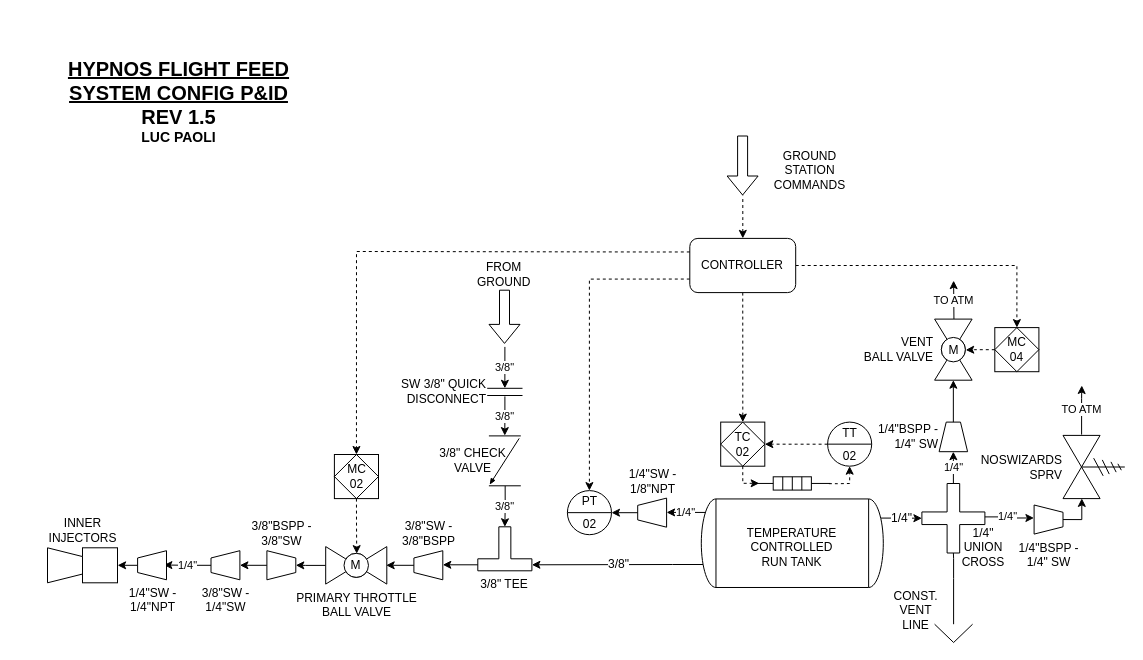
The draw.io diagram page "Flight feed system" (3 of 4) of All_P_IDs.drawio in icl-rocketry/Propulsion-PIDs, before the edit. Source tidied: cells renumbered, new cells numbered last; positions are measured from the earlier drawing's top-left corner, leaving out a move shared by most shapes. Both pictures are drawn from the tidied source at 100%, with x=0, y=0 at pixel (47, 57).
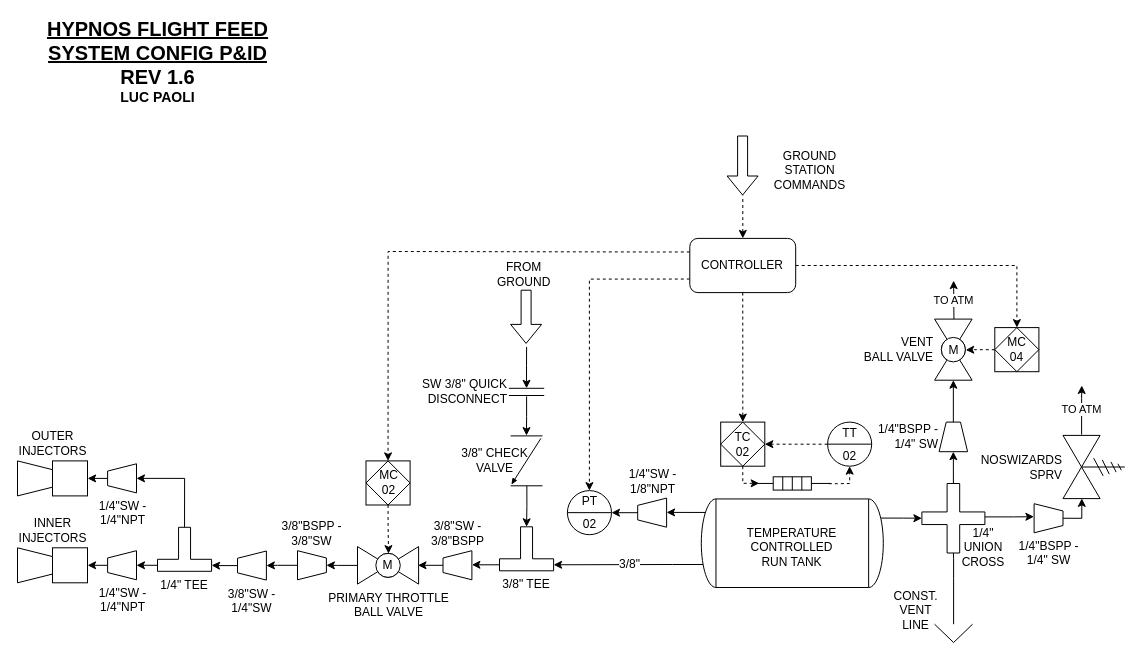
The same diagram, later.

The change refers to these unchanged cells:
```xml
<mxCell id="5" style="shape=mxgraph.pid.vessels.vessel_(dished_ends,_electrical_heating);align=center;verticalLabelPosition=middle;verticalAlign=middle;dashed=0;fontColor=#000000;strokeColor=#000000;strokeWidth=1;fillColor=default;labelPosition=center;horizontal=1;html=1;direction=north;flipV=0;" parent="1" vertex="1">
  <mxGeometry x="653.8" y="419.3" width="182" height="110.7" as="geometry" />
</mxCell>
<mxCell id="8" value="1/4&quot;BSPP -&lt;br&gt;1/4&quot; SW" style="verticalLabelPosition=middle;align=right;dashed=0;html=1;verticalAlign=middle;shape=mxgraph.pid.piping.concentric_reducer;direction=north;fontFamily=Helvetica;horizontal=1;labelPosition=left;" parent="1" vertex="1">
  <mxGeometry x="891.6" y="364.6" width="28.5" height="29.6" as="geometry" />
</mxCell>
<mxCell id="24" value="1/4&quot;SW -&lt;br&gt;1/8&quot;NPT" style="verticalLabelPosition=top;align=center;dashed=0;html=1;verticalAlign=bottom;shape=mxgraph.pid.piping.concentric_reducer;direction=west;fontFamily=Helvetica;horizontal=1;labelPosition=center;" parent="1" vertex="1">
  <mxGeometry x="590.2" y="440.6" width="28.9" height="29.1" as="geometry" />
</mxCell>
<mxCell id="57" style="shape=cross;whiteSpace=wrap;html=1;labelPosition=left;verticalLabelPosition=bottom;align=right;verticalAlign=top;horizontal=1;" parent="1" vertex="1">
  <mxGeometry x="874.4" y="426" width="63" height="69.5" as="geometry" />
</mxCell>
```

What changed in the source:
```diff
@@
-    <mxCell id="2" value="&lt;b&gt;&lt;font&gt;&lt;u style=&quot;font-size: 20px&quot;&gt;HYPNOS FLIGHT FEED SYSTEM CONFIG P&amp;amp;ID&lt;/u&gt;&lt;br&gt;&lt;span style=&quot;font-size: 20px&quot;&gt;REV 1.5&lt;/span&gt;&lt;br&gt;&lt;font style=&quot;font-size: 14px&quot;&gt;LUC PAOLI&lt;/font&gt;&lt;br&gt;&lt;/font&gt;&lt;/b&gt;" style="text;html=1;strokeColor=none;fillColor=none;align=center;verticalAlign=middle;whiteSpace=wrap;rounded=0;fontFamily=Helvetica;" parent="1" vertex="1">
-      <mxGeometry width="262.6" height="88" as="geometry" />
+    <mxCell id="2" value="&lt;b&gt;&lt;font&gt;&lt;u style=&quot;font-size: 20px&quot;&gt;HYPNOS FLIGHT FEED SYSTEM CONFIG P&amp;amp;ID&lt;/u&gt;&lt;br&gt;&lt;span style=&quot;font-size: 20px&quot;&gt;REV 1.6&lt;/span&gt;&lt;br&gt;&lt;font style=&quot;font-size: 14px&quot;&gt;LUC PAOLI&lt;/font&gt;&lt;br&gt;&lt;/font&gt;&lt;/b&gt;" style="text;html=1;strokeColor=none;fillColor=none;align=center;verticalAlign=middle;whiteSpace=wrap;rounded=0;fontFamily=Helvetica;" parent="1" vertex="1">
+      <mxGeometry x="-21" y="-40" width="262.6" height="88" as="geometry" />
     </mxCell>
@@
-    <mxCell id="4" value="1/4&quot;" style="edgeStyle=orthogonalEdgeStyle;rounded=0;jettySize=auto;html=1;entryX=0;entryY=0.5;entryDx=0;entryDy=0;entryPerimeter=0;fontSize=12;startArrow=none;startFill=0;endArrow=classic;endFill=1;exitX=0.627;exitY=0.986;exitDx=0;exitDy=0;exitPerimeter=0;" parent="1" edge="1" source="5" target="57">
+    <mxCell id="4" style="edgeStyle=orthogonalEdgeStyle;rounded=0;jettySize=auto;html=1;entryX=0;entryY=0.5;entryDx=0;entryDy=0;entryPerimeter=0;fontSize=12;startArrow=none;startFill=0;endArrow=classic;endFill=1;exitX=0.627;exitY=0.986;exitDx=0;exitDy=0;exitPerimeter=0;" parent="1" edge="1" source="5" target="57">
       <mxGeometry relative="1" as="geometry" />
     </mxCell>
@@
-    <mxCell id="6" value="1/4&quot;" style="edgeStyle=orthogonalEdgeStyle;rounded=0;jettySize=auto;html=1;fontColor=#000000;entryX=0;entryY=0.5;entryDx=0;entryDy=0;entryPerimeter=0;exitX=0.678;exitY=0.023;exitDx=0;exitDy=0;exitPerimeter=0;" parent="1" edge="1" source="5" target="24">
+    <mxCell id="6" style="edgeStyle=orthogonalEdgeStyle;rounded=0;jettySize=auto;html=1;fontColor=#000000;entryX=0;entryY=0.5;entryDx=0;entryDy=0;entryPerimeter=0;exitX=0.678;exitY=0.023;exitDx=0;exitDy=0;exitPerimeter=0;" parent="1" edge="1" source="5" target="24">
       <mxGeometry relative="1" as="geometry" />
     </mxCell>
@@
-    <mxCell id="9" value="1/4&quot;" style="edgeStyle=orthogonalEdgeStyle;rounded=0;jettySize=auto;html=1;entryX=0;entryY=0.5;entryDx=0;entryDy=0;entryPerimeter=0;fontColor=#000000;exitX=0.5;exitY=0;exitDx=0;exitDy=0;exitPerimeter=0;" parent="1" edge="1" source="57" target="8">
+    <mxCell id="9" style="edgeStyle=orthogonalEdgeStyle;rounded=0;jettySize=auto;html=1;entryX=0;entryY=0.5;entryDx=0;entryDy=0;entryPerimeter=0;fontColor=#000000;exitX=0.5;exitY=0;exitDx=0;exitDy=0;exitPerimeter=0;" parent="1" edge="1" source="57" target="8">
       <mxGeometry relative="1" as="geometry" />
     </mxCell>
@@
     <mxCell id="11" value="1/4&quot;BSPP -&lt;br&gt;1/4&quot; SW" style="verticalLabelPosition=bottom;align=center;dashed=0;html=1;verticalAlign=top;shape=mxgraph.pid.piping.concentric_reducer;direction=east;fontFamily=Helvetica;horizontal=1;labelPosition=center;" parent="1" vertex="1">
-      <mxGeometry x="986.6" y="447.5" width="28.9" height="29.1" as="geometry" />
+      <mxGeometry x="986.6" y="446.2" width="28.9" height="29.1" as="geometry" />
     </mxCell>
-    <mxCell id="12" value="1/4&quot;" style="edgeStyle=orthogonalEdgeStyle;rounded=0;jettySize=auto;html=1;entryX=-0.006;entryY=0.446;entryDx=0;entryDy=0;entryPerimeter=0;fontColor=#000000;exitX=0;exitY=0;exitDx=0;exitDy=6;exitPerimeter=0;" parent="1" edge="1" target="11">
+    <mxCell id="12" style="edgeStyle=orthogonalEdgeStyle;rounded=0;jettySize=auto;html=1;entryX=-0.006;entryY=0.446;entryDx=0;entryDy=0;entryPerimeter=0;fontColor=#000000;exitX=0;exitY=0;exitDx=0;exitDy=6;exitPerimeter=0;" parent="1" edge="1" target="11">
       <mxGeometry relative="1" as="geometry">
         <mxPoint x="932.9" y="459.4" as="sourcePoint" />
         <Array as="points">
           <mxPoint x="966.1" y="460.3" />
         </Array>
       </mxGeometry>
     </mxCell>
@@
     <mxCell id="27" value="3/8&quot; TEE" style="shape=tee;whiteSpace=wrap;html=1;rotation=0;dx=12;dy=12;fontFamily=Helvetica;direction=west;flipV=0;verticalAlign=top;labelPosition=center;verticalLabelPosition=bottom;align=center;" parent="1" vertex="1">
-      <mxGeometry x="430.3" y="469.3" width="54.1" height="44" as="geometry" />
+      <mxGeometry x="452" y="469.3" width="54.1" height="44" as="geometry" />
     </mxCell>
     <mxCell id="28" value="SW 3/8&quot; QUICK&lt;br&gt;DISCONNECT" style="verticalLabelPosition=middle;align=right;dashed=0;html=1;verticalAlign=middle;shape=mxgraph.pid.piping.double_flange;direction=south;labelPosition=left;horizontal=1;" parent="1" vertex="1">
-      <mxGeometry x="439.7" y="329.9" width="35.3" height="9" as="geometry" />
+      <mxGeometry x="461.4" y="329.9" width="35.3" height="9" as="geometry" />
     </mxCell>
-    <mxCell id="29" value="3/8&quot;" style="edgeStyle=orthogonalEdgeStyle;rounded=0;jettySize=auto;html=1;entryX=0.5;entryY=1;entryDx=0;entryDy=0;entryPerimeter=0;fontColor=#000000;exitX=1.003;exitY=0.49;exitDx=0;exitDy=0;exitPerimeter=0;" parent="1" edge="1" source="30" target="27">
+    <mxCell id="29" style="edgeStyle=orthogonalEdgeStyle;rounded=0;jettySize=auto;html=1;entryX=0.5;entryY=1;entryDx=0;entryDy=0;entryPerimeter=0;fontColor=#000000;exitX=1.003;exitY=0.49;exitDx=0;exitDy=0;exitPerimeter=0;" parent="1" edge="1" source="30" target="27">
       <mxGeometry relative="1" as="geometry" />
     </mxCell>
     <mxCell id="30" value="3/8&quot; CHECK&lt;br&gt;VALVE" style="verticalLabelPosition=top;align=center;html=1;verticalAlign=middle;dashed=0;shape=mxgraph.pid2valves.valve;valveType=check;rotation=90;labelPosition=center;horizontal=0;direction=east;flipV=0;" parent="1" vertex="1">
-      <mxGeometry x="432.4" y="387.4" width="49.9" height="31.9" as="geometry" />
+      <mxGeometry x="454.1" y="387.4" width="49.9" height="31.9" as="geometry" />
     </mxCell>
-    <mxCell id="31" value="3/8&quot;" style="edgeStyle=orthogonalEdgeStyle;rounded=0;jettySize=auto;html=1;entryX=-0.006;entryY=0.502;entryDx=0;entryDy=0;entryPerimeter=0;fontColor=#000000;" parent="1" edge="1" source="28" target="30">
+    <mxCell id="31" style="edgeStyle=orthogonalEdgeStyle;rounded=0;jettySize=auto;html=1;entryX=-0.006;entryY=0.502;entryDx=0;entryDy=0;entryPerimeter=0;fontColor=#000000;" parent="1" edge="1" source="28" target="30">
       <mxGeometry relative="1" as="geometry" />
     </mxCell>
     <mxCell id="32" style="shape=flexArrow;endArrow=classic;html=1;rounded=0;fontColor=#000000;" parent="1" edge="1">
       <mxGeometry relative="1" as="geometry">
-        <mxPoint x="457" y="232.2" as="sourcePoint" />
-        <mxPoint x="457" y="286.4" as="targetPoint" />
+        <mxPoint x="478.6" y="232.2" as="sourcePoint" />
+        <mxPoint x="478.6" y="286.4" as="targetPoint" />
       </mxGeometry>
     </mxCell>
-    <mxCell id="33" value="3/8&quot;" style="endArrow=classic;html=1;rounded=0;fontColor=#000000;entryX=0.1;entryY=0.5;entryDx=0;entryDy=0;entryPerimeter=0;" parent="1" edge="1" target="28">
+    <mxCell id="33" style="endArrow=classic;html=1;rounded=0;fontColor=#000000;entryX=0.1;entryY=0.5;entryDx=0;entryDy=0;entryPerimeter=0;" parent="1" edge="1" target="28">
       <mxGeometry relative="1" as="geometry">
-        <mxPoint x="457.4" y="289.4" as="sourcePoint" />
+        <mxPoint x="479.1" y="289.4" as="sourcePoint" />
+        <Array as="points">
+          <mxPoint x="479" y="308" />
+        </Array>
       </mxGeometry>
     </mxCell>
     <mxCell id="34" value="&lt;div style=&quot;text-align: center&quot;&gt;&lt;span&gt;FROM&lt;/span&gt;&lt;/div&gt;&lt;div style=&quot;text-align: center&quot;&gt;&lt;span&gt;GROUND&lt;/span&gt;&lt;/div&gt;" style="text;strokeColor=none;fillColor=none;align=left;verticalAlign=middle;spacingLeft=4;spacingRight=4;overflow=hidden;fontColor=#000000;html=1;" parent="1" vertex="1">
-      <mxGeometry x="424.4" y="198" width="69.5" height="37.1" as="geometry" />
+      <mxGeometry x="444.3" y="198" width="69.5" height="37.1" as="geometry" />
     </mxCell>
     <mxCell id="35" value="3/8&quot;SW -&lt;br&gt;3/8&quot;BSPP" style="verticalLabelPosition=top;align=center;dashed=0;html=1;verticalAlign=bottom;shape=mxgraph.pid.piping.concentric_reducer;direction=west;fontFamily=Helvetica;horizontal=1;labelPosition=center;" parent="1" vertex="1">
-      <mxGeometry x="366.4" y="493.2" width="28.9" height="29.1" as="geometry" />
+      <mxGeometry x="395.5" y="493.2" width="28.9" height="29.1" as="geometry" />
     </mxCell>
@@
     <mxCell id="37" value="3/8&quot;BSPP -&lt;br&gt;3/8&quot;SW" style="verticalLabelPosition=top;align=center;dashed=0;html=1;verticalAlign=bottom;shape=mxgraph.pid.piping.concentric_reducer;direction=east;fontFamily=Helvetica;horizontal=1;labelPosition=center;" parent="1" vertex="1">
-      <mxGeometry x="219.4" y="493.2" width="28.9" height="29.1" as="geometry" />
+      <mxGeometry x="250" y="493.2" width="28.9" height="29.1" as="geometry" />
     </mxCell>
@@
     <mxCell id="39" value="3/8&quot;SW -&lt;br&gt;1/4&quot;SW" style="verticalLabelPosition=bottom;align=center;dashed=0;html=1;verticalAlign=top;shape=mxgraph.pid.piping.concentric_reducer;direction=west;fontFamily=Helvetica;horizontal=1;labelPosition=center;" parent="1" vertex="1">
-      <mxGeometry x="163.5" y="493.2" width="28.9" height="29.1" as="geometry" />
+      <mxGeometry x="190" y="493.5" width="28.9" height="29.1" as="geometry" />
     </mxCell>
@@
-    <mxCell id="41" value="1/4&quot;" style="edgeStyle=orthogonalEdgeStyle;rounded=0;jettySize=auto;html=1;entryX=0.091;entryY=0.508;entryDx=0;entryDy=0;entryPerimeter=0;fontColor=#000000;" parent="1" edge="1" source="39" target="45">
+    <mxCell id="41" style="edgeStyle=orthogonalEdgeStyle;rounded=0;jettySize=auto;html=1;entryX=0;entryY=0;entryDx=0;entryDy=6;entryPerimeter=0;fontColor=#000000;" parent="1" edge="1" source="39" target="67">
       <mxGeometry relative="1" as="geometry" />
     </mxCell>
@@
     <mxCell id="43" value="INNER&lt;br&gt;INJECTORS" style="shape=mxgraph.pid.pumps.injector;html=1;align=center;verticalLabelPosition=top;verticalAlign=bottom;dashed=0;direction=west;fontFamily=Helvetica;labelPosition=center;" parent="1" vertex="1">
-      <mxGeometry y="490.3" width="70" height="35" as="geometry" />
+      <mxGeometry x="-30" y="490.3" width="70" height="35" as="geometry" />
     </mxCell>
@@
     <mxCell id="45" value="1/4&quot;SW -&lt;br&gt;1/4&quot;NPT" style="verticalLabelPosition=bottom;align=center;dashed=0;html=1;verticalAlign=top;shape=mxgraph.pid.piping.concentric_reducer;direction=west;fontFamily=Helvetica;horizontal=1;labelPosition=center;" parent="1" vertex="1">
-      <mxGeometry x="90.1" y="493.2" width="28.9" height="29.1" as="geometry" />
+      <mxGeometry x="60.1" y="493.2" width="28.9" height="29.1" as="geometry" />
     </mxCell>
     <mxCell id="46" value="MC&lt;br&gt;02&lt;br&gt; " style="html=1;outlineConnect=0;align=center;dashed=0;shape=mxgraph.pid2inst.progLogCont;mounting=field;fontColor=#000000;strokeColor=#000000;strokeWidth=1;fillColor=default;" parent="1" vertex="1">
-      <mxGeometry x="286.9" y="397" width="44.1" height="44.1" as="geometry" />
+      <mxGeometry x="318.5" y="403.4" width="44.1" height="44.1" as="geometry" />
     </mxCell>
-    <mxCell id="47" value="PRIMARY THROTTLE&lt;br&gt;BALL VALVE" style="verticalLabelPosition=bottom;align=center;html=1;verticalAlign=top;dashed=0;shape=mxgraph.pid2valves.valve;valveType=ball;direction=west;fontFamily=Helvetica;horizontal=1;labelPosition=center;" parent="1" vertex="1">
-      <mxGeometry x="278.2" y="489.1" width="61.1" height="37.5" as="geometry" />
-    </mxCell>
-    <mxCell id="48" value="M" style="text;html=1;strokeColor=none;fillColor=none;align=center;verticalAlign=middle;whiteSpace=wrap;rounded=0;fontColor=#000000;" parent="1" vertex="1">
-      <mxGeometry x="303.4" y="503.7" width="10.7" height="8.2" as="geometry" />
-    </mxCell>
@@
+    <mxCell id="64" value="OUTER&lt;br&gt;INJECTORS" style="shape=mxgraph.pid.pumps.injector;html=1;align=center;verticalLabelPosition=top;verticalAlign=bottom;dashed=0;direction=west;fontFamily=Helvetica;labelPosition=center;" parent="1" vertex="1">
+      <mxGeometry x="-30" y="403.4" width="70" height="35" as="geometry" />
+    </mxCell>
+    <mxCell id="65" style="edgeStyle=orthogonalEdgeStyle;rounded=0;jettySize=auto;html=1;entryX=0;entryY=0.5;entryDx=0;entryDy=0;entryPerimeter=0;exitX=0;exitY=0;exitDx=54.12218456971357;exitDy=6;exitPerimeter=0;" parent="1" edge="1" source="67" target="45">
+      <mxGeometry relative="1" as="geometry" />
+    </mxCell>
+    <mxCell id="66" style="edgeStyle=orthogonalEdgeStyle;rounded=0;jettySize=auto;html=1;entryX=0;entryY=0.5;entryDx=0;entryDy=0;entryPerimeter=0;exitX=0.5;exitY=1;exitDx=0;exitDy=0;exitPerimeter=0;" parent="1" edge="1" source="67" target="70">
+      <mxGeometry relative="1" as="geometry">
+        <Array as="points">
+          <mxPoint x="137" y="421" />
+        </Array>
+      </mxGeometry>
+    </mxCell>
+    <mxCell id="67" value="1/4&quot; TEE" style="shape=tee;whiteSpace=wrap;html=1;rotation=0;dx=12;dy=12;fontFamily=Helvetica;direction=west;flipV=0;verticalAlign=top;labelPosition=center;verticalLabelPosition=bottom;align=center;" parent="1" vertex="1">
+      <mxGeometry x="110" y="469.8" width="54.1" height="44" as="geometry" />
+    </mxCell>
+    <mxCell id="68" style="group;" parent="1" vertex="1">
+      <mxGeometry x="310" y="489.1" width="61.1" height="37.5" as="geometry" />
+    </mxCell>
+    <mxCell id="47" value="PRIMARY THROTTLE&lt;br&gt;BALL VALVE" style="verticalLabelPosition=bottom;align=center;html=1;verticalAlign=top;dashed=0;shape=mxgraph.pid2valves.valve;valveType=ball;direction=west;fontFamily=Helvetica;horizontal=1;labelPosition=center;" parent="68" vertex="1">
+      <mxGeometry width="61.1" height="37.5" as="geometry" />
+    </mxCell>
+    <mxCell id="48" value="M" style="text;html=1;strokeColor=none;fillColor=none;align=center;verticalAlign=middle;whiteSpace=wrap;rounded=0;fontColor=#000000;" parent="68" vertex="1">
+      <mxGeometry x="25.2" y="14.7" width="10.7" height="8.2" as="geometry" />
+    </mxCell>
+    <mxCell id="69" style="edgeStyle=orthogonalEdgeStyle;rounded=0;jettySize=auto;html=1;entryX=0;entryY=0.5;entryDx=0;entryDy=0;entryPerimeter=0;" parent="1" edge="1" source="70" target="64">
+      <mxGeometry relative="1" as="geometry" />
+    </mxCell>
+    <mxCell id="70" value="1/4&quot;SW -&lt;br&gt;1/4&quot;NPT" style="verticalLabelPosition=bottom;align=center;dashed=0;html=1;verticalAlign=top;shape=mxgraph.pid.piping.concentric_reducer;direction=west;fontFamily=Helvetica;horizontal=1;labelPosition=center;" parent="1" vertex="1">
+      <mxGeometry x="60.1" y="406.3" width="28.9" height="29.1" as="geometry" />
+    </mxCell>
```
